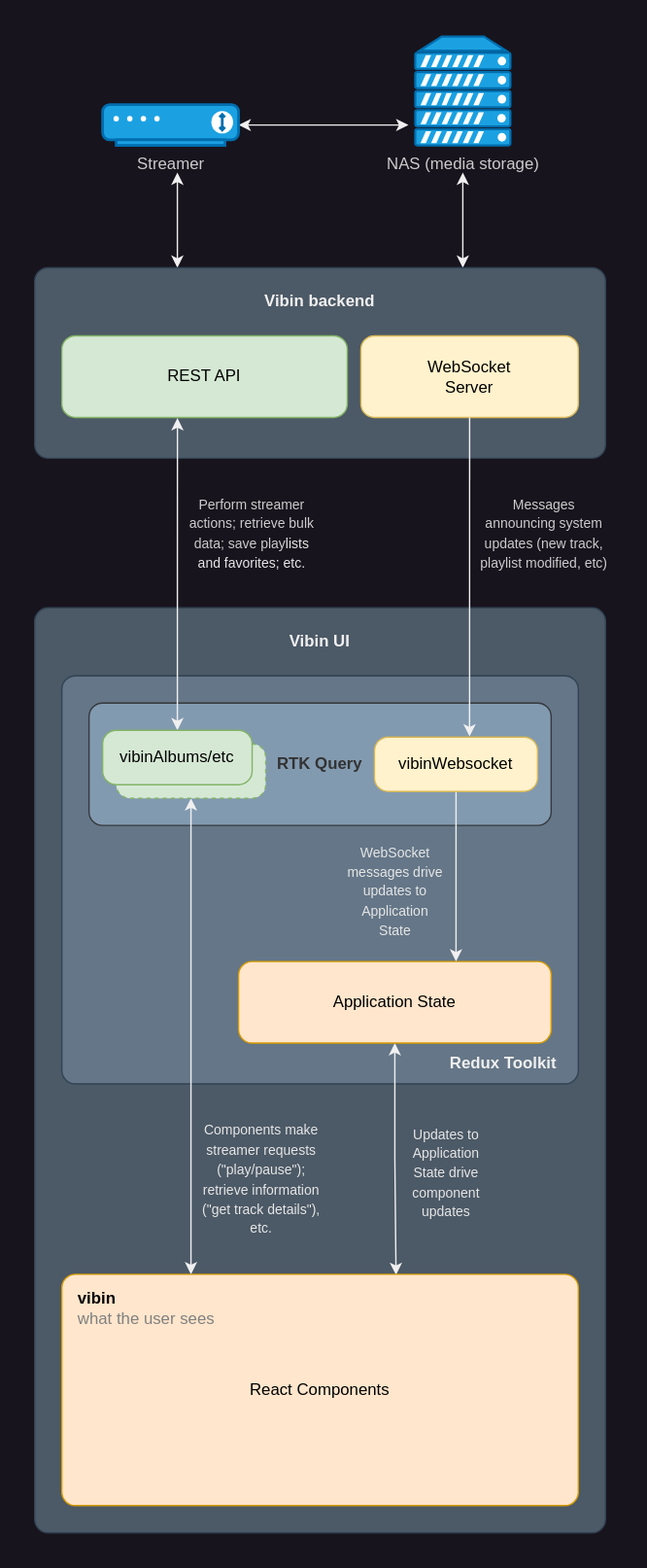
Above: media/vibinui_dataflow.svg in mjoblin/vibinui (draw.io), before the change. Source tidied: cells renumbered, new cells last; positions are measured from the earlier drawing's top-left corner, leaving out a move shared by most shapes.
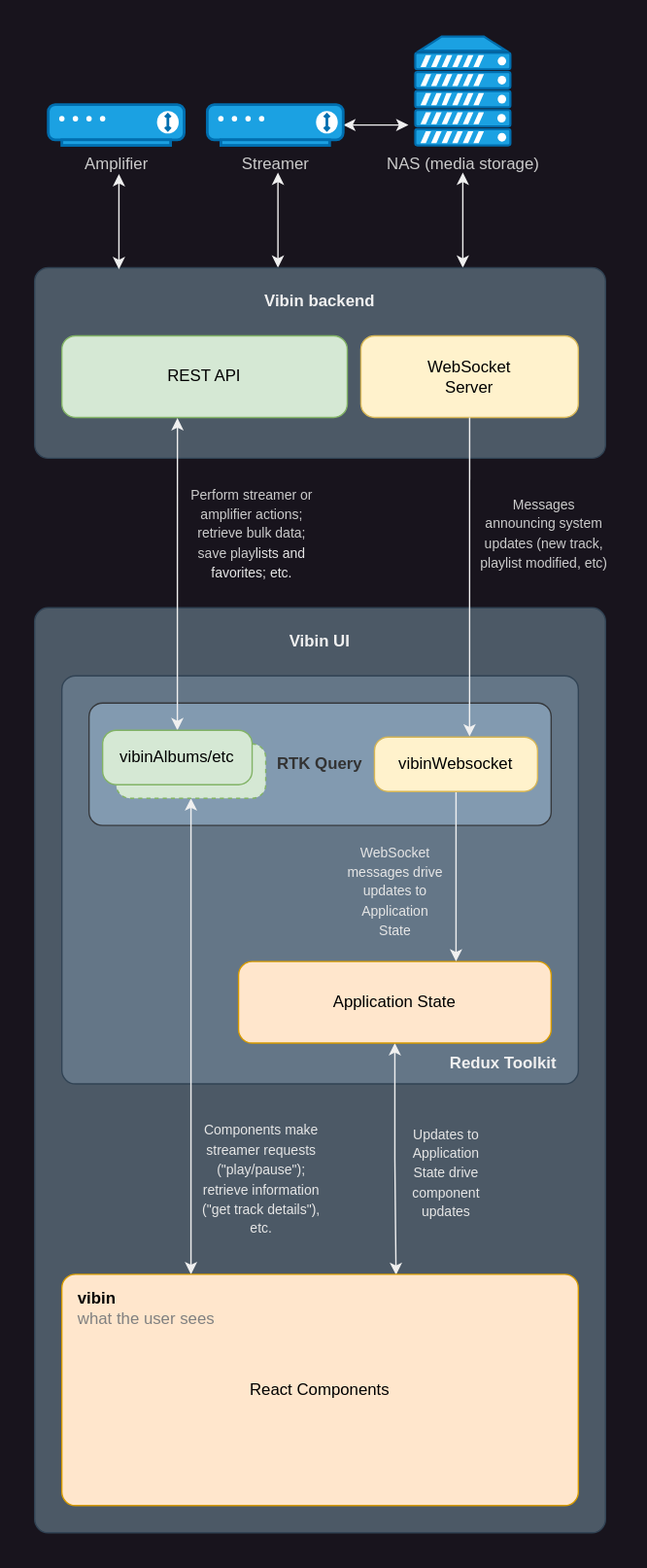
After the change.

Change to the diagram source:
```diff
@@ -7,9 +7,10 @@
         <mxPoint x="315" y="100" as="targetPoint" />
       </mxGeometry>
     </mxCell>
-    <mxCell id="3" style="edgeStyle=orthogonalEdgeStyle;rounded=0;jettySize=auto;html=1;exitX=0.25;exitY=0;exitDx=0;exitDy=0;startArrow=classic;startFill=1;" parent="1" edge="1" source="4">
+    <mxCell id="3" style="edgeStyle=orthogonalEdgeStyle;rounded=0;orthogonalLoop=1;jettySize=auto;html=1;exitX=0.25;exitY=0;exitDx=0;exitDy=0;startArrow=classic;startFill=1;" parent="1" edge="1">
       <mxGeometry relative="1" as="geometry">
-        <mxPoint x="105" y="100" as="targetPoint" />
+        <mxPoint x="179" y="170" as="sourcePoint" />
+        <mxPoint x="179" y="100" as="targetPoint" />
       </mxGeometry>
     </mxCell>
     <mxCell id="4" style="rounded=1;whiteSpace=wrap;html=1;absoluteArcSize=1;fillColor=#4C5966;fontColor=#ffffff;strokeColor=#314354;" parent="1" vertex="1">
@@ -80,7 +81,7 @@
       </mxGeometry>
     </mxCell>
     <mxCell id="25" value="&lt;font color=&quot;#cccccc&quot;&gt;Streamer&lt;/font&gt;" style="fontColor=#ffffff;verticalAlign=top;verticalLabelPosition=bottom;labelPosition=center;align=center;html=1;outlineConnect=0;fillColor=#1ba1e2;strokeColor=#006EAF;gradientDirection=north;strokeWidth=2;shape=mxgraph.networks.modem;" parent="1" vertex="1">
-      <mxGeometry x="50" y="50" width="100" height="30" as="geometry" />
+      <mxGeometry x="127" y="50" width="100" height="30" as="geometry" />
     </mxCell>
     <mxCell id="26" value="&lt;font color=&quot;#e6e6e6&quot; style=&quot;font-size: 10px;&quot;&gt;Components make streamer requests (&quot;play/pause&quot;); retrieve information (&quot;get track details&quot;), etc.&lt;/font&gt;" style="text;html=1;strokeColor=none;fillColor=none;align=center;verticalAlign=middle;whiteSpace=wrap;rounded=0;fontColor=#CCCCCC;" parent="1" vertex="1">
       <mxGeometry x="118" y="780" width="98" height="120" as="geometry" />
@@ -94,11 +95,20 @@
     <mxCell id="29" value="&lt;font color=&quot;#e6e6e6&quot; style=&quot;font-size: 10px;&quot;&gt;WebSocket messages drive updates to Application State&lt;/font&gt;" style="text;html=1;strokeColor=none;fillColor=none;align=center;verticalAlign=middle;whiteSpace=wrap;rounded=0;fontColor=#CCCCCC;" parent="1" vertex="1">
       <mxGeometry x="227" y="591" width="77" height="73" as="geometry" />
     </mxCell>
-    <mxCell id="30" value="&lt;font style=&quot;font-size: 10px;&quot;&gt;Perform streamer actions; retrieve bulk data; save play&lt;/font&gt;&lt;font color=&quot;#e6e6e6&quot; style=&quot;font-size: 10px;&quot;&gt;lists and favorites;&amp;nbsp;etc.&lt;/font&gt;" style="text;html=1;strokeColor=none;fillColor=none;align=center;verticalAlign=middle;whiteSpace=wrap;rounded=0;fontColor=#CCCCCC;" parent="1" vertex="1">
+    <mxCell id="30" value="&lt;font style=&quot;font-size: 10px;&quot;&gt;Perform streamer or amplifier actions; retrieve bulk data; save play&lt;/font&gt;&lt;font color=&quot;#e6e6e6&quot; style=&quot;font-size: 10px;&quot;&gt;lists and favorites;&amp;nbsp;etc.&lt;/font&gt;" style="text;html=1;strokeColor=none;fillColor=none;align=center;verticalAlign=middle;whiteSpace=wrap;rounded=0;fontColor=#CCCCCC;" parent="1" vertex="1">
       <mxGeometry x="110" y="330" width="100" height="70" as="geometry" />
     </mxCell>
     <mxCell id="31" value="&lt;b&gt;&lt;font color=&quot;#000000&quot;&gt;vibin&lt;br&gt;&lt;/font&gt;&lt;/b&gt;&lt;font color=&quot;#808080&quot;&gt;what the user sees&lt;/font&gt;" style="text;html=1;strokeColor=none;fillColor=none;align=left;verticalAlign=middle;whiteSpace=wrap;rounded=0;" parent="1" vertex="1">
       <mxGeometry x="30" y="920" width="150" height="30" as="geometry" />
     </mxCell>
+    <mxCell id="32" value="&lt;font color=&quot;#cccccc&quot;&gt;Amplifier&lt;/font&gt;" style="fontColor=#ffffff;verticalAlign=top;verticalLabelPosition=bottom;labelPosition=center;align=center;html=1;fillColor=#1ba1e2;strokeColor=#006EAF;gradientDirection=north;strokeWidth=2;shape=mxgraph.networks.modem;" parent="1" vertex="1">
+      <mxGeometry x="10" y="50" width="100" height="30" as="geometry" />
+    </mxCell>
+    <mxCell id="33" style="edgeStyle=orthogonalEdgeStyle;rounded=0;orthogonalLoop=1;jettySize=auto;html=1;exitX=0.25;exitY=0;exitDx=0;exitDy=0;startArrow=classic;startFill=1;" parent="1" edge="1">
+      <mxGeometry relative="1" as="geometry">
+        <mxPoint x="62" y="171" as="sourcePoint" />
+        <mxPoint x="62" y="101" as="targetPoint" />
+      </mxGeometry>
+    </mxCell>
   </root>
 </mxGraphModel>
```
